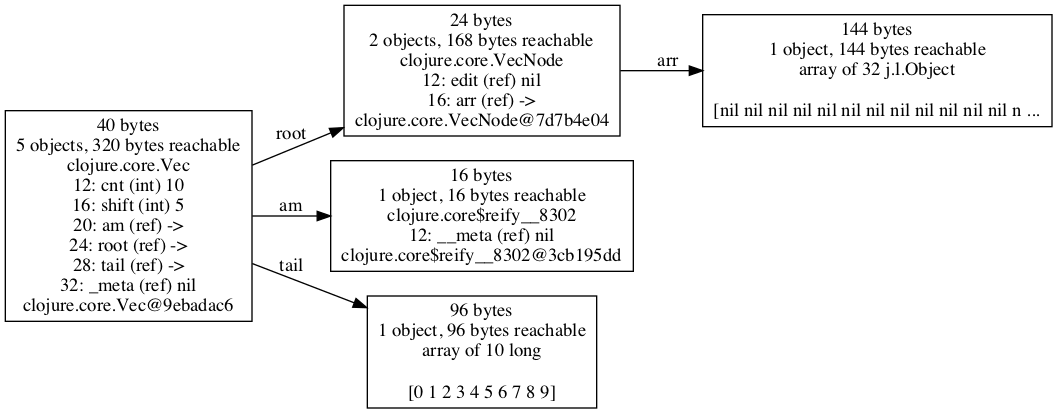
Before: doc/images/unboxed-vec10-Mac-OS-X-10.13.6-jdk-Oracle-1.8.0_192-clj-1.10.1.png, a diagram exported from Graphviz (jafingerhut/cljol). Its source is kept beside it as doc/images/unboxed-vec10-Mac-OS-X-10.13.6-jdk-Oracle-1.8.0_192-clj-1.10.1.dot.
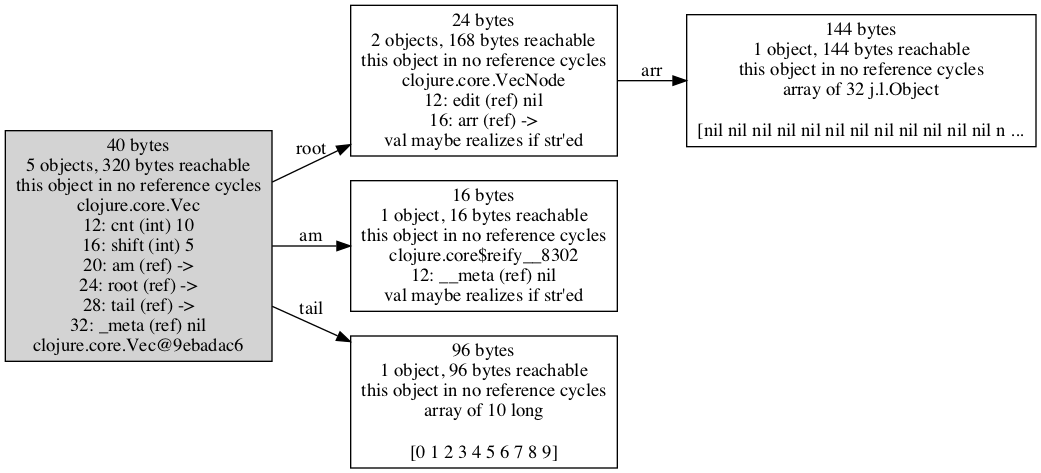
Above is the later version.

What changed in the source:
```diff
@@ -1,28 +1,27 @@
 digraph {
 graph [layout=dot,rankdir=LR];
-"28992224712" [label="24 bytes
+"28992379696" ["scc-num-nodes"=1,label="24 bytes
 2 objects, 168 bytes reachable
+this object in no reference cycles
 clojure.core.VecNode
 12: edit (ref) nil
 16: arr (ref) ->
-clojure.core.VecNode@7d7b4e04",shape=box];
-"28992224736" [label="144 bytes
+val maybe realizes if str'ed",shape=box];
+"28992379720" ["scc-num-nodes"=1,label="144 bytes
 1 object, 144 bytes reachable
+this object in no reference cycles
 array of 32 j.l.Object
 
 [nil nil nil nil nil nil nil nil nil nil nil nil n ...",shape=box];
-"28993415336" [label="16 bytes
+"28995335904" ["scc-num-nodes"=1,label="16 bytes
 1 object, 16 bytes reachable
+this object in no reference cycles
 clojure.core$reify__8302
 12: __meta (ref) nil
-clojure.core$reify__8302@3cb195dd",shape=box];
-"31863619368" [label="96 bytes
-1 object, 96 bytes reachable
-array of 10 long
-
-[0 1 2 3 4 5 6 7 8 9]",shape=box];
-"31863619464" [label="40 bytes
+val maybe realizes if str'ed",shape=box];
+"32257398312" ["scc-num-nodes"=1,style=filled,label="40 bytes
 5 objects, 320 bytes reachable
+this object in no reference cycles
 clojure.core.Vec
 12: cnt (int) 10
 16: shift (int) 5
@@ -31,8 +30,14 @@
 28: tail (ref) ->
 32: _meta (ref) nil
 clojure.core.Vec@9ebadac6",shape=box];
-"28992224712" -> "28992224736" ["field-name"=arr,label=arr];
-"31863619464" -> "28993415336" ["field-name"=am,label=am];
-"31863619464" -> "28992224712" ["field-name"=root,label=root];
-"31863619464" -> "31863619368" ["field-name"=tail,label=tail];
+"32257398352" ["scc-num-nodes"=1,label="96 bytes
+1 object, 96 bytes reachable
+this object in no reference cycles
+array of 10 long
+
+[0 1 2 3 4 5 6 7 8 9]",shape=box];
+"28992379696" -> "28992379720" ["field-name"=arr,label=arr];
+"32257398312" -> "28995335904" ["field-name"=am,label=am];
+"32257398312" -> "28992379696" ["field-name"=root,label=root];
+"32257398312" -> "32257398352" ["field-name"=tail,label=tail];
 }
```
